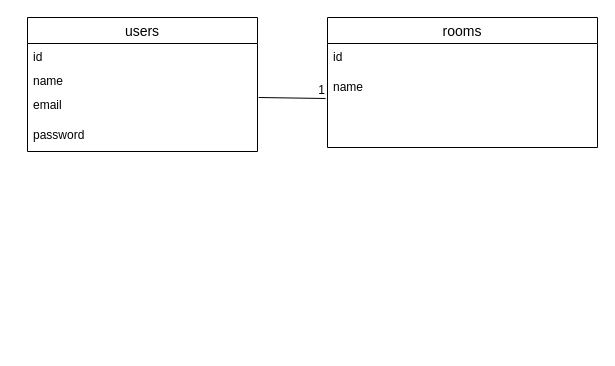
This is test.dio from FUJITASHOGO2190/chat-app, a draw.io file, before an edit. Source tidied: cells renumbered, new cells numbered last; positions are measured from the earlier drawing's top-left corner, leaving out a move shared by most shapes. Both pictures are drawn from the tidied source at 100%, with x=0, y=0 at pixel (27, 17).
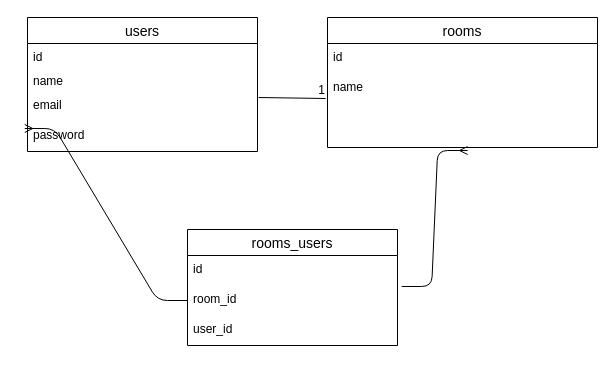
After the change.

Commit message (it also covers changes not shown here):
プルダウンの実装

What changed in the source:
```diff
@@
 <mxGraphModel>
   <root>
     <mxCell id="0" />
     <mxCell id="1" parent="0" />
     <mxCell id="2" value="users" style="swimlane;fontStyle=0;horizontal=1;startSize=26;align=center;fontSize=14;" parent="1" vertex="1">
       <mxGeometry width="230" height="134" as="geometry" />
     </mxCell>
     <mxCell id="3" value="id&#10;&#10;" style="text;strokeColor=none;fillColor=none;spacingLeft=4;spacingRight=4;overflow=hidden;fontSize=12;" parent="2" vertex="1">
       <mxGeometry y="26" width="230" height="24" as="geometry" />
     </mxCell>
     <mxCell id="4" value="name" style="text;strokeColor=none;fillColor=none;spacingLeft=4;spacingRight=4;overflow=hidden;fontSize=12;" parent="2" vertex="1">
       <mxGeometry y="50" width="230" height="24" as="geometry" />
     </mxCell>
     <mxCell id="5" value="email" style="text;strokeColor=none;fillColor=none;spacingLeft=4;spacingRight=4;overflow=hidden;points=[[0,0.5],[1,0.5]];portConstraint=eastwest;fontSize=12;" parent="2" vertex="1">
       <mxGeometry y="74" width="230" height="30" as="geometry" />
     </mxCell>
     <mxCell id="6" value="password" style="text;strokeColor=none;fillColor=none;spacingLeft=4;spacingRight=4;overflow=hidden;points=[[0,0.5],[1,0.5]];portConstraint=eastwest;fontSize=12;" parent="2" vertex="1">
       <mxGeometry y="104" width="230" height="30" as="geometry" />
     </mxCell>
     <mxCell id="7" value="rooms" style="swimlane;fontStyle=0;horizontal=1;startSize=26;align=center;fontSize=14;" parent="1" vertex="1">
       <mxGeometry x="300" width="270" height="130" as="geometry" />
     </mxCell>
     <mxCell id="8" value="id" style="text;strokeColor=none;fillColor=none;spacingLeft=4;spacingRight=4;overflow=hidden;fontSize=12;" parent="7" vertex="1">
       <mxGeometry y="26" width="270" height="30" as="geometry" />
     </mxCell>
     <mxCell id="9" value="name" style="text;strokeColor=none;fillColor=none;spacingLeft=4;spacingRight=4;overflow=hidden;points=[[0,0.5],[1,0.5]];portConstraint=eastwest;fontSize=12;" parent="7" vertex="1">
       <mxGeometry y="56" width="270" height="74" as="geometry" />
     </mxCell>
     <mxCell id="10" style="endArrow=none;html=1;rounded=0;exitX=1.005;exitY=0.2;exitDx=0;exitDy=0;exitPerimeter=0;entryX=-0.007;entryY=0.338;entryDx=0;entryDy=0;entryPerimeter=0;" parent="1" edge="1" source="5" target="9">
       <mxGeometry relative="1" as="geometry" />
     </mxCell>
     <mxCell id="11" value="1" style="html=1;align=right;verticalAlign=bottom;" parent="10" vertex="1">
       <mxGeometry x="1" relative="1" as="geometry" />
     </mxCell>
+    <mxCell id="12" value="rooms_users" style="swimlane;fontStyle=0;horizontal=1;startSize=26;align=center;fontSize=14;" parent="1" vertex="1">
+      <mxGeometry x="160" y="212" width="210" height="116" as="geometry" />
+    </mxCell>
+    <mxCell id="13" value="id" style="text;strokeColor=none;fillColor=none;spacingLeft=4;spacingRight=4;overflow=hidden;points=[[0,0.5],[1,0.5]];portConstraint=eastwest;fontSize=12;" parent="12" vertex="1">
+      <mxGeometry y="26" width="210" height="30" as="geometry" />
+    </mxCell>
+    <mxCell id="14" value="room_id" style="text;strokeColor=none;fillColor=none;spacingLeft=4;spacingRight=4;overflow=hidden;points=[[0,0.5],[1,0.5]];portConstraint=eastwest;fontSize=12;" parent="12" vertex="1">
+      <mxGeometry y="56" width="210" height="30" as="geometry" />
+    </mxCell>
+    <mxCell id="15" value="user_id" style="text;strokeColor=none;fillColor=none;spacingLeft=4;spacingRight=4;overflow=hidden;fontSize=12;" parent="12" vertex="1">
+      <mxGeometry y="86" width="210" height="30" as="geometry" />
+    </mxCell>
+    <mxCell id="16" style="edgeStyle=entityRelationEdgeStyle;fontSize=12;html=1;endArrow=ERmany;exitX=1.02;exitY=1.033;exitDx=0;exitDy=0;exitPerimeter=0;entryX=0.519;entryY=1.041;entryDx=0;entryDy=0;entryPerimeter=0;" parent="1" edge="1" source="13" target="9">
+      <mxGeometry relative="1" as="geometry" />
+    </mxCell>
+    <mxCell id="17" style="edgeStyle=entityRelationEdgeStyle;fontSize=12;html=1;endArrow=ERmany;entryX=-0.012;entryY=0.233;entryDx=0;entryDy=0;entryPerimeter=0;exitX=0;exitY=0.5;exitDx=0;exitDy=0;" parent="1" edge="1" source="14" target="6">
+      <mxGeometry relative="1" as="geometry" />
+    </mxCell>
   </root>
 </mxGraphModel>
```
